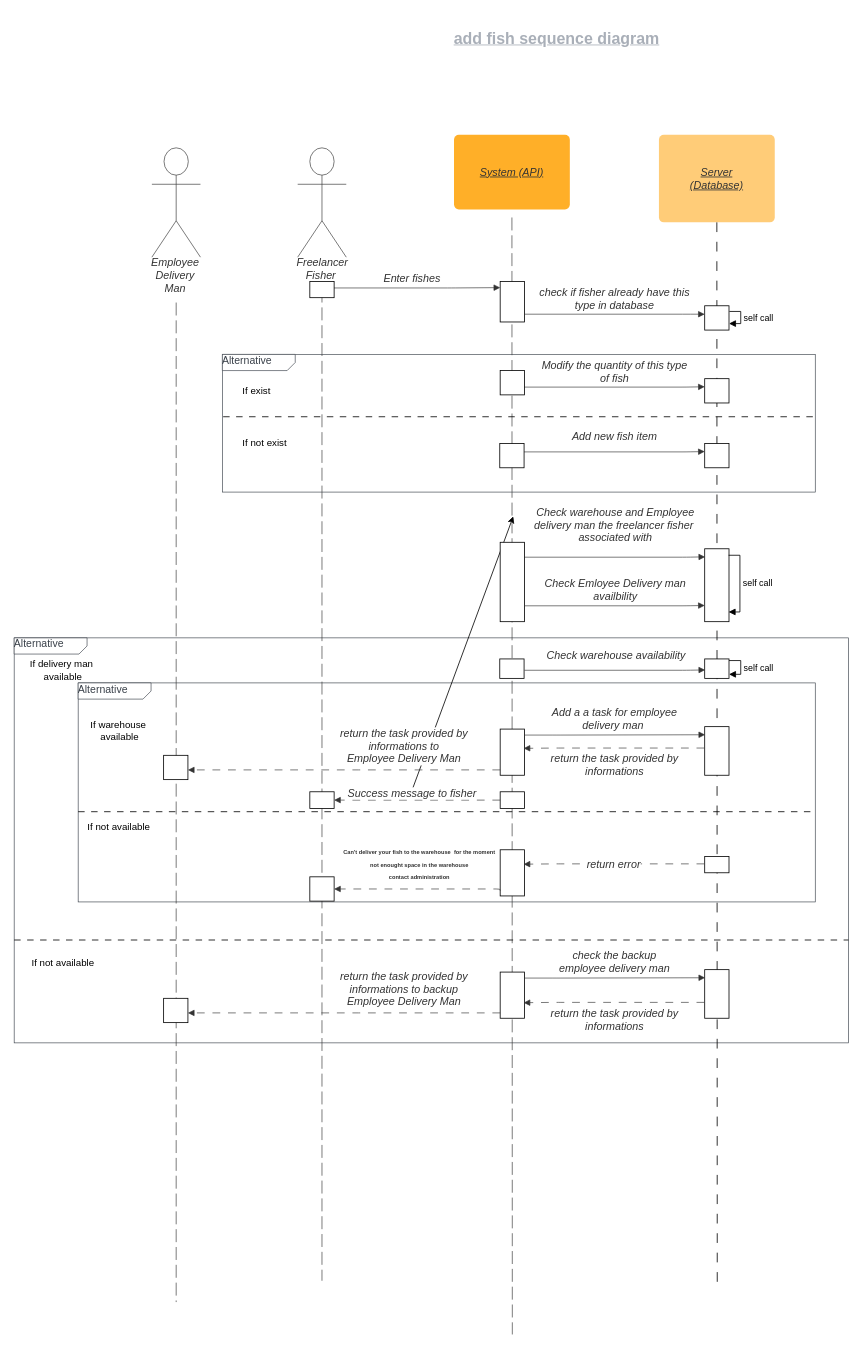
Above: resources/UML/sequence/addFishSequenceDiagram.drawio in Ayope/marsa.ma (draw.io), before the change. Source tidied: cells renumbered, new cells numbered last; positions are measured from the earlier drawing's top-left corner, leaving out a move shared by most shapes. Both pictures are drawn from the tidied source at 81%, with x=0, y=0 at pixel (14, 14).
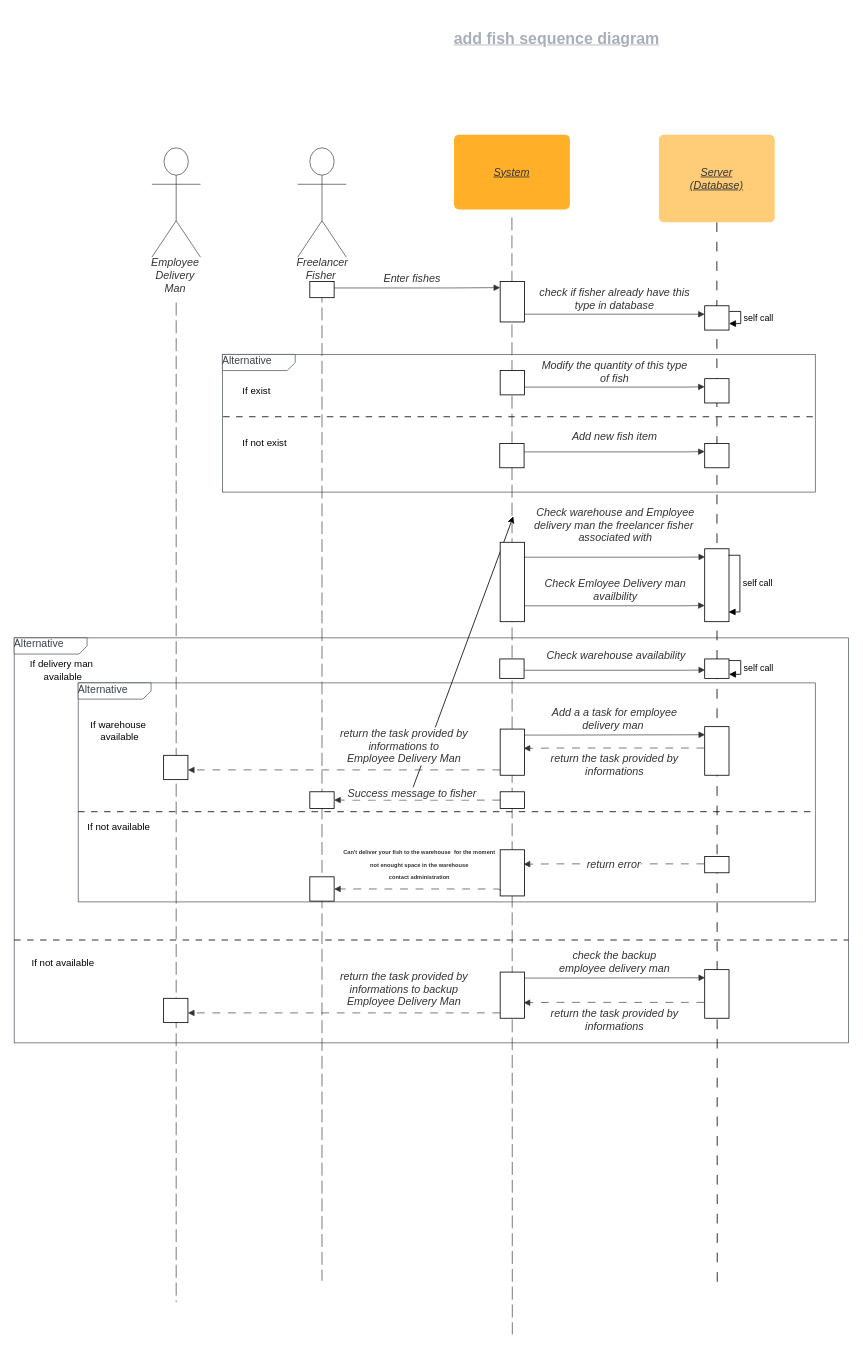
Above is the later version.

Diff of the diagram source:
```diff
@@
-    <mxCell id="5" value="System (API)" style="html=1;overflow=block;blockSpacing=1;whiteSpace=wrap;fontSize=13.3;fontColor=#333333;fontStyle=6;align=center;spacing=0;strokeOpacity=0;fillOpacity=100;rounded=1;absoluteArcSize=1;arcSize=12;fillColor=#ffaf28;strokeWidth=0.8;" parent="1" vertex="1">
+    <mxCell id="5" value="System" style="html=1;overflow=block;blockSpacing=1;whiteSpace=wrap;fontSize=13.3;fontColor=#333333;fontStyle=6;align=center;spacing=0;strokeOpacity=0;fillOpacity=100;rounded=1;absoluteArcSize=1;arcSize=12;fillColor=#ffaf28;strokeWidth=0.8;" parent="1" vertex="1">
       <mxGeometry x="543" y="149" width="143" height="92" as="geometry" />
     </mxCell>
```
